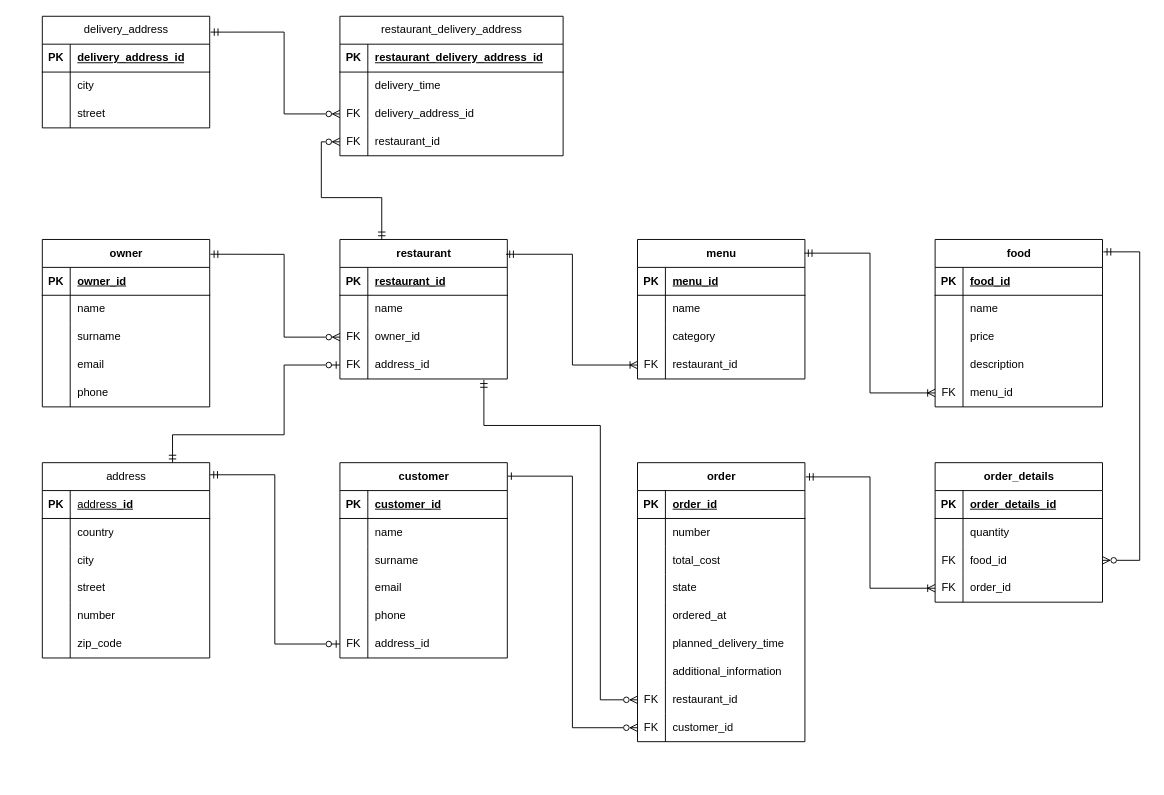
Before: src/main/resources/db_schema.drawio in Bartek030/foodApp, a draw.io diagram. Source tidied: cells renumbered, new cells numbered last; positions are measured from the earlier drawing's top-left corner, leaving out a move shared by most shapes. Both pictures are drawn from the tidied source at 93%, with x=0, y=0 at pixel (42, 16).
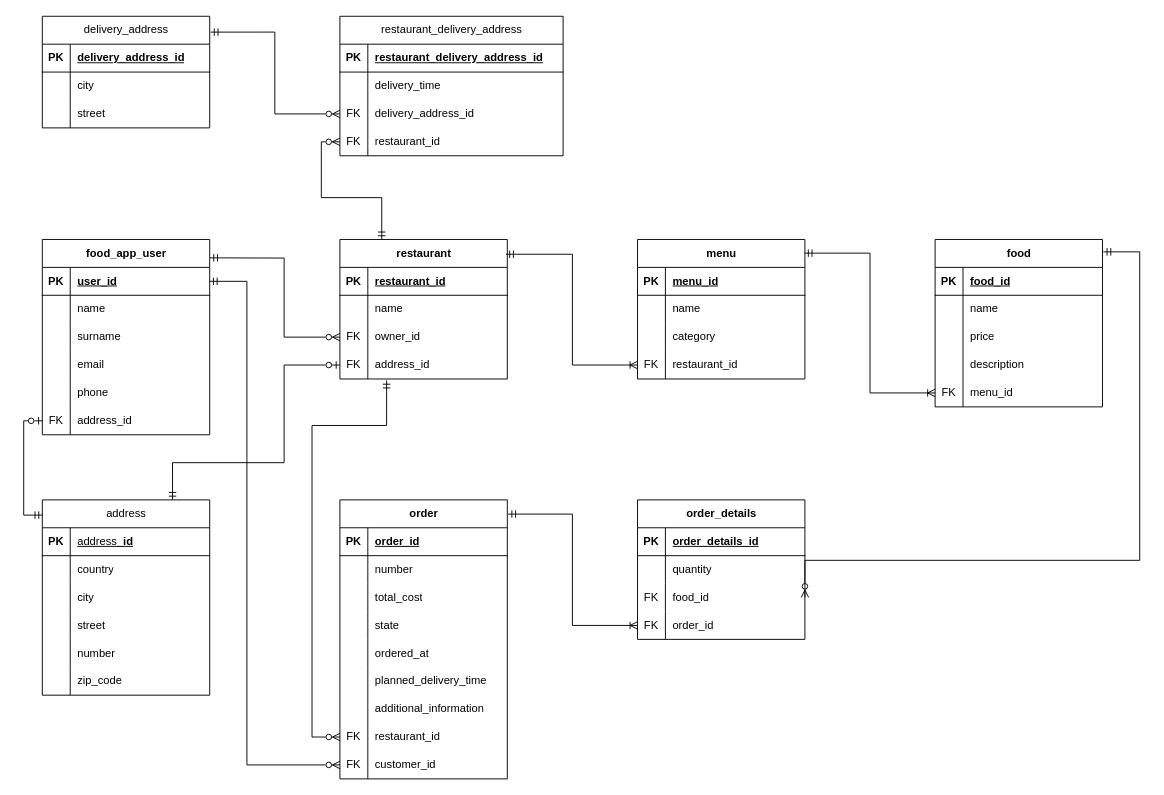
Above is the later version.

Unchanged cells that the change refers to:
```xml
<mxCell id="3" style="shape=tableRow;horizontal=0;startSize=0;swimlaneHead=0;swimlaneBody=0;fillColor=none;points=[[0,0.5],[1,0.5]];portConstraint=eastwest;top=0;left=0;right=0;bottom=1;" parent="2" vertex="1">
  <mxGeometry y="30" width="180" height="30" as="geometry" />
</mxCell>
<mxCell id="25" style="shape=tableRow;horizontal=0;startSize=0;swimlaneHead=0;swimlaneBody=0;fillColor=none;points=[[0,0.5],[1,0.5]];portConstraint=eastwest;top=0;left=0;right=0;bottom=0;" parent="18" vertex="1">
  <mxGeometry y="90" width="180" height="30" as="geometry" />
</mxCell>
<mxCell id="28" style="shape=tableRow;horizontal=0;startSize=0;swimlaneHead=0;swimlaneBody=0;fillColor=none;points=[[0,0.5],[1,0.5]];portConstraint=eastwest;top=0;left=0;right=0;bottom=0;" parent="18" vertex="1">
  <mxGeometry y="120" width="180" height="30" as="geometry" />
</mxCell>
<mxCell id="79" value="&lt;span style=&quot;font-weight: 400; text-align: left;&quot;&gt;delivery_address&lt;/span&gt;" style="shape=table;startSize=30;childLayout=tableLayout;rowLines=0;fontStyle=1;align=center;html=1;" parent="1" vertex="1">
  <mxGeometry width="180" height="120" as="geometry" />
</mxCell>
<mxCell id="96" style="shape=tableRow;horizontal=0;startSize=0;swimlaneHead=0;swimlaneBody=0;fillColor=none;points=[[0,0.5],[1,0.5]];portConstraint=eastwest;top=0;left=0;right=0;bottom=0;" parent="89" vertex="1">
  <mxGeometry y="90" width="240" height="30" as="geometry" />
</mxCell>
<mxCell id="143" style="shape=tableRow;horizontal=0;startSize=0;swimlaneHead=0;swimlaneBody=0;fillColor=none;points=[[0,0.5],[1,0.5]];portConstraint=eastwest;top=0;left=0;right=0;bottom=0;" parent="121" vertex="1">
  <mxGeometry y="240" width="180" height="30" as="geometry" />
</mxCell>
<mxCell id="146" style="shape=tableRow;horizontal=0;startSize=0;swimlaneHead=0;swimlaneBody=0;fillColor=none;points=[[0,0.5],[1,0.5]];portConstraint=eastwest;top=0;left=0;right=0;bottom=0;" parent="121" vertex="1">
  <mxGeometry y="270" width="180" height="30" as="geometry" />
</mxCell>
```

Diff of the diagram source:
```diff
@@
-    <mxCell id="2" value="owner" style="shape=table;startSize=30;childLayout=tableLayout;rowLines=0;fontStyle=1;align=center;html=1;" parent="1" vertex="1">
-      <mxGeometry y="240" width="180" height="180" as="geometry" />
+    <mxCell id="2" value="food_app_user" style="shape=table;startSize=30;childLayout=tableLayout;rowLines=0;fontStyle=1;align=center;html=1;" parent="1" vertex="1">
+      <mxGeometry y="240" width="180" height="210" as="geometry" />
     </mxCell>
@@
-    <mxCell id="5" value="owner_id" style="shape=partialRectangle;fillColor=none;top=0;left=0;bottom=0;right=0;align=left;spacingLeft=6;fontStyle=5;overflow=hidden;whiteSpace=wrap;html=1;" parent="3" vertex="1">
+    <mxCell id="5" value="user_id" style="shape=partialRectangle;fillColor=none;top=0;left=0;bottom=0;right=0;align=left;spacingLeft=6;fontStyle=5;overflow=hidden;whiteSpace=wrap;html=1;" parent="3" vertex="1">
       <mxGeometry x="30" width="150" height="30" as="geometry" />
     </mxCell>
@@
+    <mxCell id="118" style="shape=tableRow;horizontal=0;startSize=0;swimlaneHead=0;swimlaneBody=0;fillColor=none;points=[[0,0.5],[1,0.5]];portConstraint=eastwest;top=0;left=0;right=0;bottom=0;" parent="2" vertex="1">
+      <mxGeometry y="180" width="180" height="30" as="geometry" />
+    </mxCell>
+    <mxCell id="119" value="FK" style="shape=partialRectangle;fillColor=none;top=0;left=0;bottom=0;right=0;overflow=hidden;whiteSpace=wrap;html=1;" parent="118" vertex="1">
+      <mxGeometry width="30" height="30" as="geometry" />
+    </mxCell>
+    <mxCell id="120" value="address_id" style="shape=partialRectangle;fillColor=none;top=0;left=0;bottom=0;right=0;align=left;spacingLeft=6;overflow=hidden;whiteSpace=wrap;html=1;" parent="118" vertex="1">
+      <mxGeometry x="30" width="150" height="30" as="geometry" />
+    </mxCell>
@@
     <mxCell id="60" value="&lt;span style=&quot;font-weight: 400; text-align: left;&quot;&gt;address&lt;/span&gt;" style="shape=table;startSize=30;childLayout=tableLayout;rowLines=0;fontStyle=1;align=center;html=1;" parent="1" vertex="1">
-      <mxGeometry y="480" width="180" height="210" as="geometry" />
+      <mxGeometry y="520" width="180" height="210" as="geometry" />
     </mxCell>
@@
-    <mxCell id="102" value="customer" style="shape=table;startSize=30;childLayout=tableLayout;rowLines=0;fontStyle=1;align=center;html=1;" parent="1" vertex="1">
-      <mxGeometry x="320" y="480" width="180" height="210" as="geometry" />
-    </mxCell>
-    <mxCell id="103" style="shape=tableRow;horizontal=0;startSize=0;swimlaneHead=0;swimlaneBody=0;fillColor=none;top=0;left=0;right=0;bottom=1;" parent="102" vertex="1">
-      <mxGeometry y="30" width="180" height="30" as="geometry" />
-    </mxCell>
-    <mxCell id="104" value="PK" style="shape=partialRectangle;fillColor=none;top=0;left=0;bottom=0;right=0;fontStyle=1;overflow=hidden;whiteSpace=wrap;html=1;" parent="103" vertex="1">
-      <mxGeometry width="30" height="30" as="geometry" />
-    </mxCell>
-    <mxCell id="105" value="customer_id" style="shape=partialRectangle;fillColor=none;top=0;left=0;bottom=0;right=0;align=left;spacingLeft=6;fontStyle=5;overflow=hidden;whiteSpace=wrap;html=1;" parent="103" vertex="1">
-      <mxGeometry x="30" width="150" height="30" as="geometry" />
-    </mxCell>
-    <mxCell id="106" style="shape=tableRow;horizontal=0;startSize=0;swimlaneHead=0;swimlaneBody=0;fillColor=none;top=0;left=0;right=0;bottom=0;" parent="102" vertex="1">
-      <mxGeometry y="60" width="180" height="30" as="geometry" />
-    </mxCell>
-    <mxCell id="107" style="shape=partialRectangle;fillColor=none;top=0;left=0;bottom=0;right=0;overflow=hidden;whiteSpace=wrap;html=1;" parent="106" vertex="1">
-      <mxGeometry width="30" height="30" as="geometry" />
-    </mxCell>
-    <mxCell id="108" value="name" style="shape=partialRectangle;fillColor=none;top=0;left=0;bottom=0;right=0;align=left;spacingLeft=6;overflow=hidden;whiteSpace=wrap;html=1;" parent="106" vertex="1">
-      <mxGeometry x="30" width="150" height="30" as="geometry" />
-    </mxCell>
-    <mxCell id="109" style="shape=tableRow;horizontal=0;startSize=0;swimlaneHead=0;swimlaneBody=0;fillColor=none;top=0;left=0;right=0;bottom=0;" parent="102" vertex="1">
-      <mxGeometry y="90" width="180" height="30" as="geometry" />
-    </mxCell>
-    <mxCell id="110" style="shape=partialRectangle;fillColor=none;top=0;left=0;bottom=0;right=0;overflow=hidden;whiteSpace=wrap;html=1;" parent="109" vertex="1">
-      <mxGeometry width="30" height="30" as="geometry" />
-    </mxCell>
-    <mxCell id="111" value="surname" style="shape=partialRectangle;fillColor=none;top=0;left=0;bottom=0;right=0;align=left;spacingLeft=6;overflow=hidden;whiteSpace=wrap;html=1;" parent="109" vertex="1">
-      <mxGeometry x="30" width="150" height="30" as="geometry" />
-    </mxCell>
-    <mxCell id="112" style="shape=tableRow;horizontal=0;startSize=0;swimlaneHead=0;swimlaneBody=0;fillColor=none;top=0;left=0;right=0;bottom=0;" parent="102" vertex="1">
-      <mxGeometry y="120" width="180" height="30" as="geometry" />
-    </mxCell>
-    <mxCell id="113" style="shape=partialRectangle;fillColor=none;top=0;left=0;bottom=0;right=0;overflow=hidden;whiteSpace=wrap;html=1;" parent="112" vertex="1">
-      <mxGeometry width="30" height="30" as="geometry" />
-    </mxCell>
-    <mxCell id="114" value="email" style="shape=partialRectangle;fillColor=none;top=0;left=0;bottom=0;right=0;align=left;spacingLeft=6;overflow=hidden;whiteSpace=wrap;html=1;" parent="112" vertex="1">
-      <mxGeometry x="30" width="150" height="30" as="geometry" />
-    </mxCell>
-    <mxCell id="115" style="shape=tableRow;horizontal=0;startSize=0;swimlaneHead=0;swimlaneBody=0;fillColor=none;top=0;left=0;right=0;bottom=0;" parent="102" vertex="1">
-      <mxGeometry y="150" width="180" height="30" as="geometry" />
-    </mxCell>
-    <mxCell id="116" style="shape=partialRectangle;fillColor=none;top=0;left=0;bottom=0;right=0;overflow=hidden;whiteSpace=wrap;html=1;" parent="115" vertex="1">
-      <mxGeometry width="30" height="30" as="geometry" />
-    </mxCell>
-    <mxCell id="117" value="phone" style="shape=partialRectangle;fillColor=none;top=0;left=0;bottom=0;right=0;align=left;spacingLeft=6;overflow=hidden;whiteSpace=wrap;html=1;" parent="115" vertex="1">
-      <mxGeometry x="30" width="150" height="30" as="geometry" />
-    </mxCell>
-    <mxCell id="118" style="shape=tableRow;horizontal=0;startSize=0;swimlaneHead=0;swimlaneBody=0;fillColor=none;points=[[0,0.5],[1,0.5]];portConstraint=eastwest;top=0;left=0;right=0;bottom=0;" parent="102" vertex="1">
-      <mxGeometry y="180" width="180" height="30" as="geometry" />
-    </mxCell>
-    <mxCell id="119" value="FK" style="shape=partialRectangle;fillColor=none;top=0;left=0;bottom=0;right=0;overflow=hidden;whiteSpace=wrap;html=1;" parent="118" vertex="1">
-      <mxGeometry width="30" height="30" as="geometry" />
-    </mxCell>
-    <mxCell id="120" value="address_id" style="shape=partialRectangle;fillColor=none;top=0;left=0;bottom=0;right=0;align=left;spacingLeft=6;overflow=hidden;whiteSpace=wrap;html=1;" parent="118" vertex="1">
-      <mxGeometry x="30" width="150" height="30" as="geometry" />
-    </mxCell>
     <mxCell id="121" value="order" style="shape=table;startSize=30;childLayout=tableLayout;rowLines=0;fontStyle=1;align=center;html=1;" parent="1" vertex="1">
-      <mxGeometry x="640" y="480" width="180" height="300" as="geometry" />
+      <mxGeometry x="320" y="520" width="180" height="300" as="geometry" />
     </mxCell>
@@
     <mxCell id="149" value="order_details" style="shape=table;startSize=30;childLayout=tableLayout;rowLines=0;fontStyle=1;align=center;html=1;" parent="1" vertex="1">
-      <mxGeometry x="960" y="480" width="180" height="150" as="geometry" />
+      <mxGeometry x="640" y="520" width="180" height="150" as="geometry" />
     </mxCell>
@@
-    <mxCell id="162" style="endArrow=ERzeroToMany;startArrow=ERmandOne;html=1;rounded=0;entryX=0;entryY=0.5;entryDx=0;entryDy=0;exitX=1.004;exitY=0.088;exitDx=0;exitDy=0;exitPerimeter=0;endFill=0;startFill=0;" parent="1" edge="1" source="2" target="25">
+    <mxCell id="162" style="endArrow=ERzeroToMany;startArrow=ERmandOne;html=1;rounded=0;entryX=0;entryY=0.5;entryDx=0;entryDy=0;exitX=1.002;exitY=0.094;exitDx=0;exitDy=0;exitPerimeter=0;endFill=0;startFill=0;" parent="1" edge="1" source="2" target="25">
       <mxGeometry relative="1" as="geometry">
         <Array as="points">
-          <mxPoint x="260" y="256" />
+          <mxPoint x="260" y="260" />
           <mxPoint x="260" y="345" />
         </Array>
       </mxGeometry>
     </mxCell>
     <mxCell id="163" style="endArrow=ERzeroToOne;startArrow=ERmandOne;html=1;rounded=0;entryX=0;entryY=0.5;entryDx=0;entryDy=0;exitX=0.778;exitY=0;exitDx=0;exitDy=0;exitPerimeter=0;endFill=0;startFill=0;" parent="1" edge="1" source="60" target="28">
       <mxGeometry relative="1" as="geometry">
         <Array as="points">
-          <mxPoint x="140" y="450" />
-          <mxPoint x="260" y="450" />
+          <mxPoint x="140" y="480" />
+          <mxPoint x="260" y="480" />
           <mxPoint x="260" y="375" />
         </Array>
       </mxGeometry>
     </mxCell>
     <mxCell id="164" style="endArrow=ERzeroToMany;startArrow=ERmandOne;html=1;rounded=0;entryX=0;entryY=0.5;entryDx=0;entryDy=0;exitX=1.005;exitY=0.142;exitDx=0;exitDy=0;exitPerimeter=0;endFill=0;startFill=0;" parent="1" edge="1" source="79" target="96">
       <mxGeometry relative="1" as="geometry">
         <Array as="points">
-          <mxPoint x="260" y="17" />
-          <mxPoint x="260" y="105" />
+          <mxPoint x="250" y="17" />
+          <mxPoint x="250" y="105" />
         </Array>
       </mxGeometry>
     </mxCell>
@@
-    <mxCell id="168" style="edgeStyle=orthogonalEdgeStyle;rounded=0;jettySize=auto;html=1;entryX=1.002;entryY=0.062;entryDx=0;entryDy=0;entryPerimeter=0;endArrow=ERmandOne;endFill=0;startArrow=ERzeroToOne;startFill=0;" parent="1" edge="1" source="118" target="60">
-      <mxGeometry relative="1" as="geometry" />
-    </mxCell>
-    <mxCell id="169" style="edgeStyle=orthogonalEdgeStyle;rounded=0;jettySize=auto;html=1;entryX=1.002;entryY=0.069;entryDx=0;entryDy=0;entryPerimeter=0;endArrow=ERone;endFill=0;startArrow=ERzeroToMany;startFill=0;exitX=0;exitY=0.5;exitDx=0;exitDy=0;" parent="1" edge="1" source="146" target="102">
+    <mxCell id="169" style="edgeStyle=orthogonalEdgeStyle;rounded=0;jettySize=auto;html=1;entryX=1;entryY=0.5;entryDx=0;entryDy=0;endArrow=ERmandOne;endFill=0;startArrow=ERzeroToMany;startFill=0;exitX=0;exitY=0.5;exitDx=0;exitDy=0;" parent="1" edge="1" source="146" target="3">
       <mxGeometry relative="1" as="geometry">
         <Array as="points">
-          <mxPoint x="570" y="765" />
-          <mxPoint x="570" y="495" />
+          <mxPoint x="220" y="805" />
+          <mxPoint x="220" y="285" />
         </Array>
       </mxGeometry>
     </mxCell>
-    <mxCell id="170" style="edgeStyle=orthogonalEdgeStyle;rounded=0;jettySize=auto;html=1;entryX=0.86;entryY=1.031;entryDx=0;entryDy=0;entryPerimeter=0;startArrow=ERzeroToMany;startFill=0;endArrow=ERmandOne;endFill=0;" parent="1" edge="1" source="143" target="28">
+    <mxCell id="170" style="edgeStyle=orthogonalEdgeStyle;rounded=0;jettySize=auto;html=1;entryX=0.279;entryY=1.054;entryDx=0;entryDy=0;entryPerimeter=0;startArrow=ERzeroToMany;startFill=0;endArrow=ERmandOne;endFill=0;exitX=0;exitY=0.5;exitDx=0;exitDy=0;" parent="1" edge="1" source="143" target="28">
       <mxGeometry relative="1" as="geometry">
         <Array as="points">
-          <mxPoint x="600" y="735" />
-          <mxPoint x="600" y="440" />
-          <mxPoint x="475" y="440" />
+          <mxPoint x="290" y="775" />
+          <mxPoint x="290" y="440" />
+          <mxPoint x="370" y="440" />
         </Array>
       </mxGeometry>
     </mxCell>
@@
+    <mxCell id="168" style="edgeStyle=orthogonalEdgeStyle;rounded=0;jettySize=auto;html=1;entryX=0.001;entryY=0.078;entryDx=0;entryDy=0;entryPerimeter=0;endArrow=ERmandOne;endFill=0;startArrow=ERzeroToOne;startFill=0;" parent="1" edge="1" source="118" target="60">
+      <mxGeometry relative="1" as="geometry" />
+    </mxCell>
```
